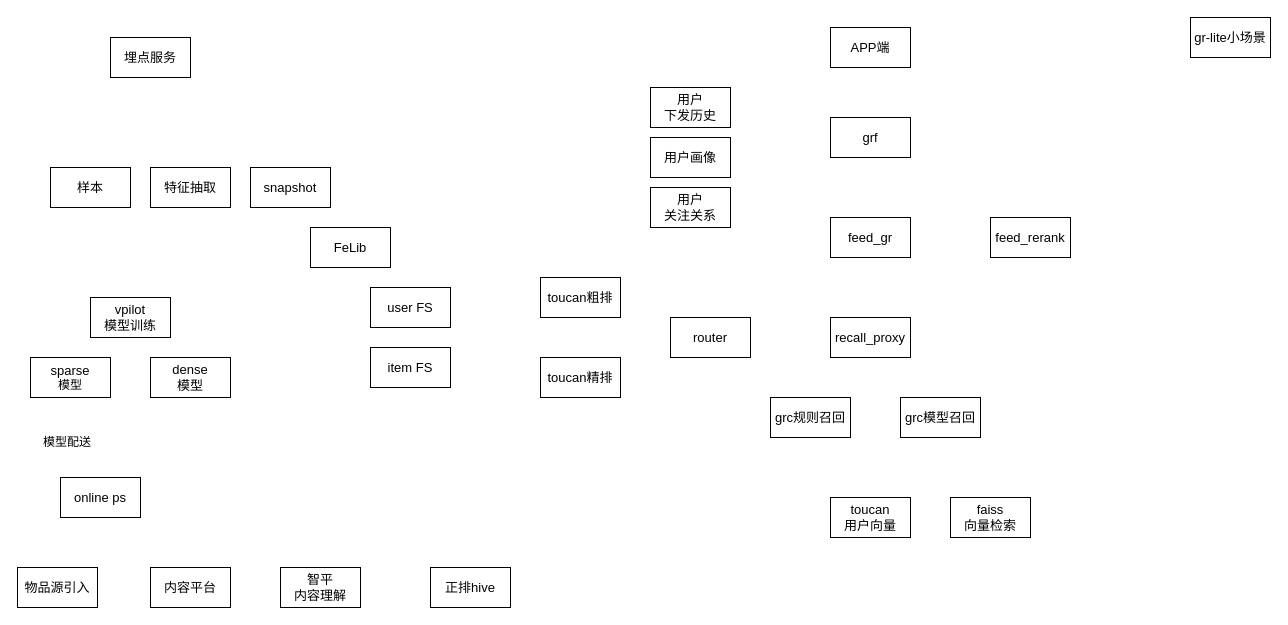
Earlier version of the draw.io diagram 推荐系统整体架构.drawio (yantao006/draw_io). Source tidied: cells renumbered, new cells numbered last; positions are measured from the earlier drawing's top-left corner, leaving out a move shared by most shapes. Both pictures are drawn from the tidied source at 100%, with x=0, y=0 at pixel (17, 17).
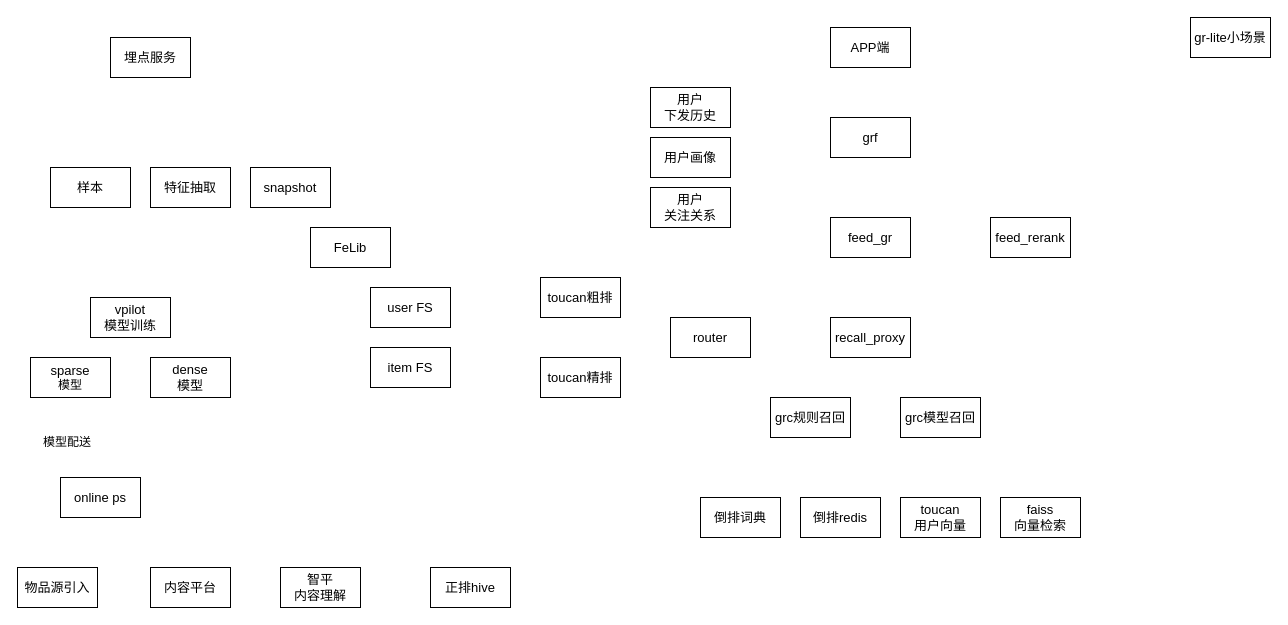
After the change.

Commit message (it also covers changes not shown here):
更新推荐系统整体架构.drawio

What changed in the source:
```diff
@@
     <mxCell id="12" value="&lt;span style=&quot;font-size: 13px;&quot;&gt;toucan&lt;br&gt;用户向量&lt;br&gt;&lt;/span&gt;" style="rounded=0;whiteSpace=wrap;html=1;" parent="1" vertex="1">
-      <mxGeometry x="813" y="480" width="80" height="40" as="geometry" />
+      <mxGeometry x="883" y="480" width="80" height="40" as="geometry" />
     </mxCell>
     <mxCell id="13" value="&lt;span style=&quot;font-size: 13px;&quot;&gt;faiss&lt;br&gt;向量检索&lt;br&gt;&lt;/span&gt;" style="rounded=0;whiteSpace=wrap;html=1;" parent="1" vertex="1">
-      <mxGeometry x="933" y="480" width="80" height="40" as="geometry" />
+      <mxGeometry x="983" y="480" width="80" height="40" as="geometry" />
     </mxCell>
@@
+    <mxCell id="34" value="&lt;span style=&quot;font-size: 13px;&quot;&gt;倒排词典&lt;br&gt;&lt;/span&gt;" style="rounded=0;whiteSpace=wrap;html=1;" parent="1" vertex="1">
+      <mxGeometry x="683" y="480" width="80" height="40" as="geometry" />
+    </mxCell>
+    <mxCell id="35" value="&lt;span style=&quot;font-size: 13px;&quot;&gt;倒排redis&lt;br&gt;&lt;/span&gt;" style="rounded=0;whiteSpace=wrap;html=1;" parent="1" vertex="1">
+      <mxGeometry x="783" y="480" width="80" height="40" as="geometry" />
+    </mxCell>
```
